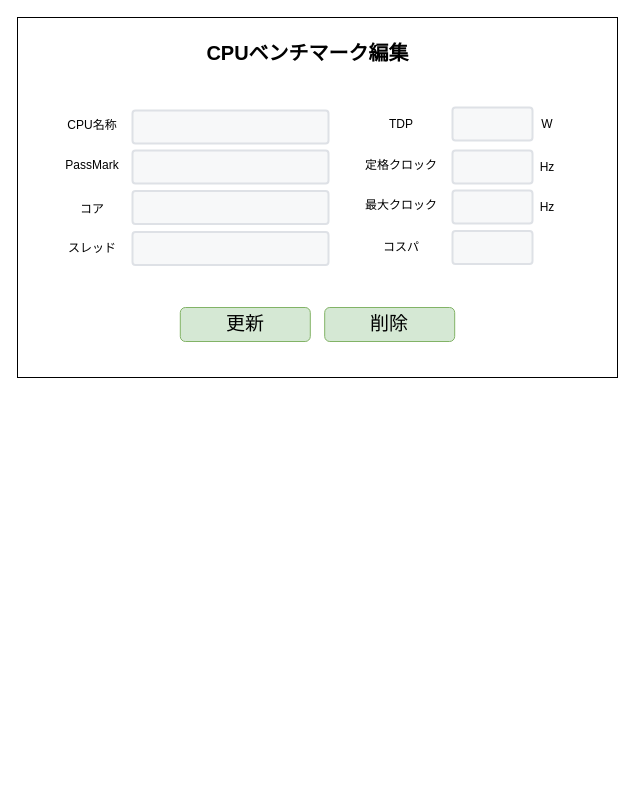
The draw.io diagram page "S05-03 ベンチマーク編集" (3 of 3) of 各種設計書/6.画面設計書/S05_ベンチマークマスタ.drawio in HaruShim/Sotuken, before the edit. Source tidied: cells renumbered, new cells numbered last; positions are measured from the earlier drawing's top-left corner, leaving out a move shared by most shapes. Both pictures are drawn from the tidied source at 100%, with x=0, y=0 at pixel (17, 17).
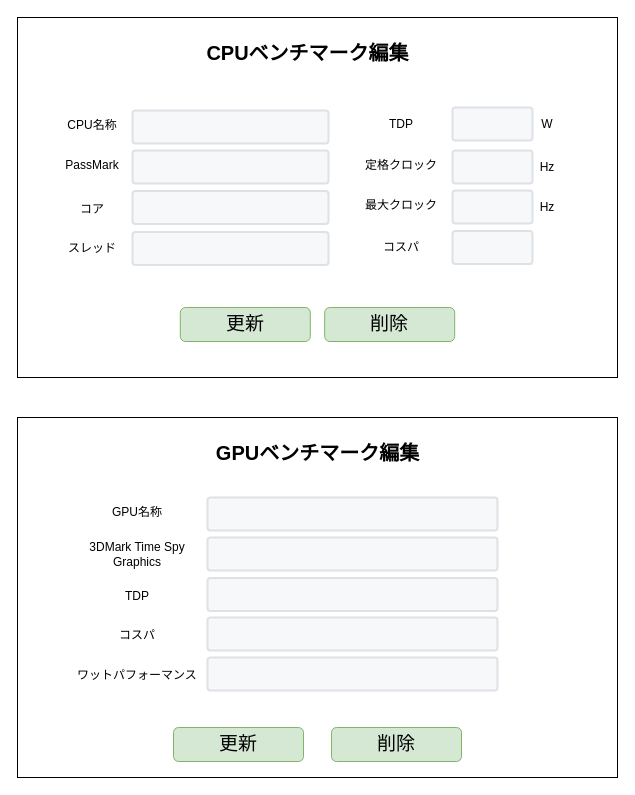
After the change.

Change to the diagram source:
```diff
@@
+    <mxCell id="27" style="rounded=0;whiteSpace=wrap;html=1;fillColor=default;strokeColor=default;fontColor=default;" parent="1" vertex="1">
+      <mxGeometry y="400" width="600" height="360" as="geometry" />
+    </mxCell>
+    <mxCell id="28" value="GPUベンチマーク編集" style="text;html=1;strokeColor=none;fillColor=none;align=center;verticalAlign=middle;whiteSpace=wrap;rounded=0;fontColor=default;fontStyle=1;fontSize=20;" parent="1" vertex="1">
+      <mxGeometry x="187.5" y="410" width="225" height="50" as="geometry" />
+    </mxCell>
+    <mxCell id="29" value="&lt;span style=&quot;font-size: 19px&quot;&gt;更新&lt;/span&gt;" style="rounded=1;whiteSpace=wrap;html=1;align=center;labelBackgroundColor=none;fillColor=#d5e8d4;strokeColor=#82b366;" parent="1" vertex="1">
+      <mxGeometry x="156" y="710" width="130" height="34" as="geometry" />
+    </mxCell>
+    <mxCell id="30" value="&lt;span style=&quot;font-size: 19px&quot;&gt;削除&lt;/span&gt;" style="rounded=1;whiteSpace=wrap;html=1;align=center;labelBackgroundColor=none;fillColor=#d5e8d4;strokeColor=#82b366;" parent="1" vertex="1">
+      <mxGeometry x="314" y="710" width="130" height="34" as="geometry" />
+    </mxCell>
+    <mxCell id="31" value="GPU名称" style="text;html=1;strokeColor=none;fillColor=none;align=center;verticalAlign=middle;whiteSpace=wrap;rounded=0;" parent="1" vertex="1">
+      <mxGeometry x="90" y="480" width="60" height="30" as="geometry" />
+    </mxCell>
+    <mxCell id="32" style="rounded=1;arcSize=9;fillColor=#F7F8F9;align=left;spacingLeft=5;strokeColor=#DEE1E6;html=1;strokeWidth=2;fontSize=12;" parent="1" vertex="1">
+      <mxGeometry x="190" y="480" width="290" height="33" as="geometry" />
+    </mxCell>
+    <mxCell id="33" value="3DMark Time Spy Graphics" style="text;html=1;strokeColor=none;fillColor=none;align=center;verticalAlign=middle;whiteSpace=wrap;rounded=0;" parent="1" vertex="1">
+      <mxGeometry x="65" y="521.5" width="110" height="30" as="geometry" />
+    </mxCell>
+    <mxCell id="34" style="rounded=1;arcSize=9;fillColor=#F7F8F9;align=left;spacingLeft=5;strokeColor=#DEE1E6;html=1;strokeWidth=2;fontSize=12;" parent="1" vertex="1">
+      <mxGeometry x="190" y="520" width="290" height="33" as="geometry" />
+    </mxCell>
+    <mxCell id="35" value="ワットパフォーマンス" style="text;html=1;strokeColor=none;fillColor=none;align=center;verticalAlign=middle;whiteSpace=wrap;rounded=0;" parent="1" vertex="1">
+      <mxGeometry x="55" y="643" width="130" height="30" as="geometry" />
+    </mxCell>
+    <mxCell id="36" style="rounded=1;arcSize=9;fillColor=#F7F8F9;align=left;spacingLeft=5;strokeColor=#DEE1E6;html=1;strokeWidth=2;fontSize=12;" parent="1" vertex="1">
+      <mxGeometry x="190" y="640" width="290" height="33" as="geometry" />
+    </mxCell>
+    <mxCell id="37" value="コスパ" style="text;html=1;strokeColor=none;fillColor=none;align=center;verticalAlign=middle;whiteSpace=wrap;rounded=0;" parent="1" vertex="1">
+      <mxGeometry x="90" y="603" width="60" height="30" as="geometry" />
+    </mxCell>
+    <mxCell id="38" style="rounded=1;arcSize=9;fillColor=#F7F8F9;align=left;spacingLeft=5;strokeColor=#DEE1E6;html=1;strokeWidth=2;fontSize=12;" parent="1" vertex="1">
+      <mxGeometry x="190" y="600" width="290" height="33" as="geometry" />
+    </mxCell>
+    <mxCell id="39" value="TDP" style="text;html=1;strokeColor=none;fillColor=none;align=center;verticalAlign=middle;whiteSpace=wrap;rounded=0;" parent="1" vertex="1">
+      <mxGeometry x="90" y="563.5" width="60" height="30" as="geometry" />
+    </mxCell>
+    <mxCell id="40" style="rounded=1;arcSize=9;fillColor=#F7F8F9;align=left;spacingLeft=5;strokeColor=#DEE1E6;html=1;strokeWidth=2;fontSize=12;" parent="1" vertex="1">
+      <mxGeometry x="190" y="560.5" width="290" height="33" as="geometry" />
+    </mxCell>
```
